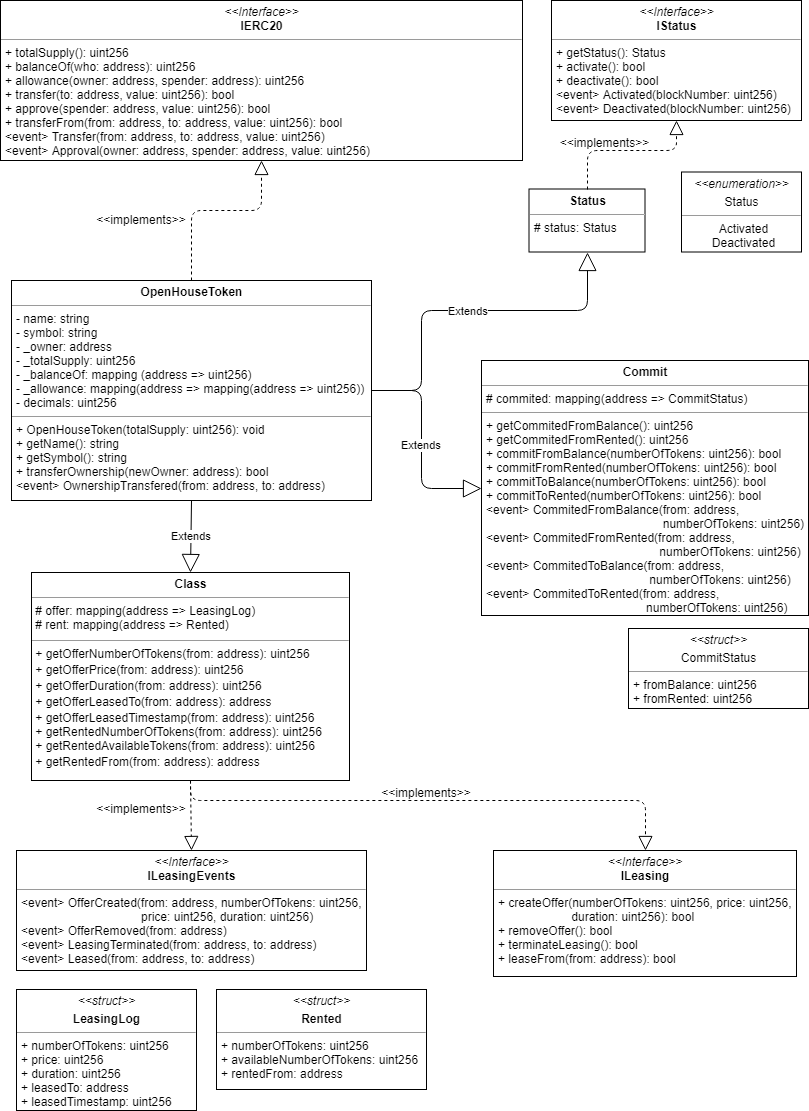
Above: uml/OpenHouseToken/OpenHouseToken.png in gkamtzir/Ethereum-ICO-Diploma-Thesis (draw.io), before the change. Source tidied: cells renumbered, new cells last; positions are measured from the earlier drawing's top-left corner, leaving out a move shared by most shapes.
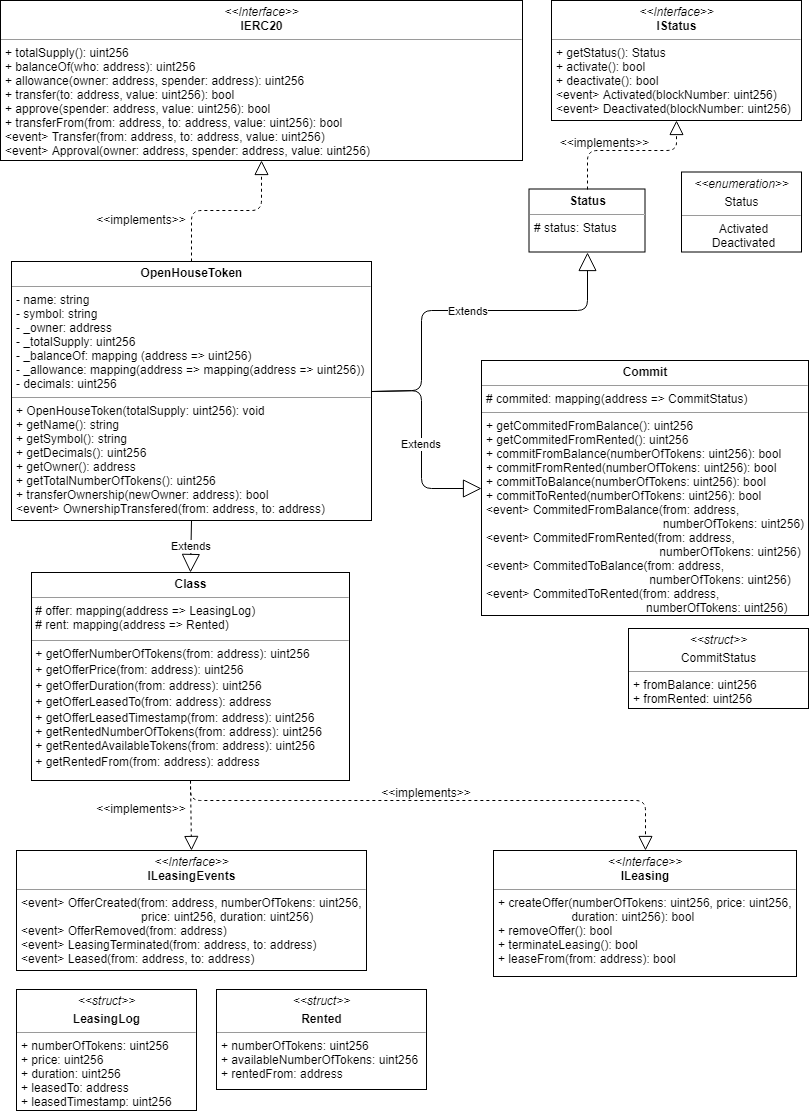
After the commit.

Diff of the diagram source:
```diff
@@ -2,8 +2,8 @@
   <root>
     <mxCell id="0" />
     <mxCell id="1" parent="0" />
-    <mxCell id="2" value="&lt;p style=&quot;margin: 0px ; margin-top: 4px ; text-align: center&quot;&gt;&lt;b&gt;OpenHouseToken&lt;/b&gt;&lt;/p&gt;&lt;hr size=&quot;1&quot;&gt;&lt;p style=&quot;margin: 0px ; margin-left: 4px&quot;&gt;- name: string&lt;/p&gt;&lt;p style=&quot;margin: 0px ; margin-left: 4px&quot;&gt;- symbol: string&lt;/p&gt;&lt;p style=&quot;margin: 0px ; margin-left: 4px&quot;&gt;- _owner: address&lt;/p&gt;&lt;p style=&quot;margin: 0px ; margin-left: 4px&quot;&gt;- _totalSupply: uint256&lt;/p&gt;&lt;p style=&quot;margin: 0px ; margin-left: 4px&quot;&gt;- _balanceOf: mapping (address =&amp;gt; uint256)&lt;/p&gt;&lt;p style=&quot;margin: 0px ; margin-left: 4px&quot;&gt;- _allowance: mapping(address =&amp;gt; mapping(address =&amp;gt; uint256))&lt;/p&gt;&lt;p style=&quot;margin: 0px ; margin-left: 4px&quot;&gt;- decimals: uint256&lt;/p&gt;&lt;hr size=&quot;1&quot;&gt;&lt;p style=&quot;margin: 0px ; margin-left: 4px&quot;&gt;+ OpenHouseToken(totalSupply: uint256): void&lt;/p&gt;&lt;p style=&quot;margin: 0px ; margin-left: 4px&quot;&gt;+ getName(): string&lt;/p&gt;&lt;p style=&quot;margin: 0px ; margin-left: 4px&quot;&gt;+ getSymbol(): string&lt;/p&gt;&lt;p style=&quot;margin: 0px ; margin-left: 4px&quot;&gt;+ transferOwnership(newOwner: address): bool&lt;/p&gt;&lt;p style=&quot;margin: 0px ; margin-left: 4px&quot;&gt;&amp;lt;event&amp;gt; OwnershipTransfered(from: address, to: address)&lt;/p&gt;" style="verticalAlign=top;align=left;overflow=fill;fontSize=12;fontFamily=Helvetica;html=1;" parent="1" vertex="1">
-      <mxGeometry x="11" y="280" width="360" height="220" as="geometry" />
+    <mxCell id="2" value="&lt;p style=&quot;margin: 0px ; margin-top: 4px ; text-align: center&quot;&gt;&lt;b&gt;OpenHouseToken&lt;/b&gt;&lt;/p&gt;&lt;hr size=&quot;1&quot;&gt;&lt;p style=&quot;margin: 0px ; margin-left: 4px&quot;&gt;- name: string&lt;/p&gt;&lt;p style=&quot;margin: 0px ; margin-left: 4px&quot;&gt;- symbol: string&lt;/p&gt;&lt;p style=&quot;margin: 0px ; margin-left: 4px&quot;&gt;- _owner: address&lt;/p&gt;&lt;p style=&quot;margin: 0px ; margin-left: 4px&quot;&gt;- _totalSupply: uint256&lt;/p&gt;&lt;p style=&quot;margin: 0px ; margin-left: 4px&quot;&gt;- _balanceOf: mapping (address =&amp;gt; uint256)&lt;/p&gt;&lt;p style=&quot;margin: 0px ; margin-left: 4px&quot;&gt;- _allowance: mapping(address =&amp;gt; mapping(address =&amp;gt; uint256))&lt;/p&gt;&lt;p style=&quot;margin: 0px ; margin-left: 4px&quot;&gt;- decimals: uint256&lt;/p&gt;&lt;hr size=&quot;1&quot;&gt;&lt;p style=&quot;margin: 0px ; margin-left: 4px&quot;&gt;+ OpenHouseToken(totalSupply: uint256): void&lt;/p&gt;&lt;p style=&quot;margin: 0px ; margin-left: 4px&quot;&gt;+ getName(): string&lt;/p&gt;&lt;p style=&quot;margin: 0px ; margin-left: 4px&quot;&gt;+ getSymbol(): string&lt;/p&gt;&lt;p style=&quot;margin: 0px ; margin-left: 4px&quot;&gt;+ getDecimals(): uint256&lt;/p&gt;&lt;p style=&quot;margin: 0px ; margin-left: 4px&quot;&gt;+ getOwner(): address&lt;/p&gt;&lt;p style=&quot;margin: 0px ; margin-left: 4px&quot;&gt;+ getTotalNumberOfTokens(): uint256&lt;/p&gt;&lt;p style=&quot;margin: 0px ; margin-left: 4px&quot;&gt;+ transferOwnership(newOwner: address): bool&lt;/p&gt;&lt;p style=&quot;margin: 0px ; margin-left: 4px&quot;&gt;&amp;lt;event&amp;gt; OwnershipTransfered(from: address, to: address)&lt;/p&gt;" style="verticalAlign=top;align=left;overflow=fill;fontSize=12;fontFamily=Helvetica;html=1;" parent="1" vertex="1">
+      <mxGeometry x="11" y="261" width="360" height="259" as="geometry" />
     </mxCell>
     <mxCell id="3" value="&lt;p style=&quot;margin: 0px ; margin-top: 4px ; text-align: center&quot;&gt;&lt;i&gt;&amp;lt;&amp;lt;Interface&amp;gt;&amp;gt;&lt;/i&gt;&lt;br&gt;&lt;b&gt;IERC20&lt;/b&gt;&lt;/p&gt;&lt;hr size=&quot;1&quot;&gt;&lt;p style=&quot;margin: 0px ; margin-left: 4px&quot;&gt;+ totalSupply(): uint256&lt;br&gt;+ balanceOf(who: address): uint256&lt;/p&gt;&lt;p style=&quot;margin: 0px ; margin-left: 4px&quot;&gt;+ allowance(owner: address, spender: address): uint256&lt;/p&gt;&lt;p style=&quot;margin: 0px ; margin-left: 4px&quot;&gt;+ transfer(to: address, value: uint256): bool&lt;/p&gt;&lt;p style=&quot;margin: 0px ; margin-left: 4px&quot;&gt;+ approve(spender: address, value: uint256): bool&lt;/p&gt;&lt;p style=&quot;margin: 0px ; margin-left: 4px&quot;&gt;+ transferFrom(from: address, to: address, value: uint256): bool&lt;/p&gt;&lt;p style=&quot;margin: 0px ; margin-left: 4px&quot;&gt;&amp;lt;event&amp;gt; Transfer(from: address, to: address, value: uint256)&lt;/p&gt;&lt;p style=&quot;margin: 0px ; margin-left: 4px&quot;&gt;&amp;lt;event&amp;gt; Approval(owner: address, spender: address, value: uint256)&lt;/p&gt;" style="verticalAlign=top;align=left;overflow=fill;fontSize=12;fontFamily=Helvetica;html=1;" parent="1" vertex="1">
       <mxGeometry width="522" height="160" as="geometry" />
```
